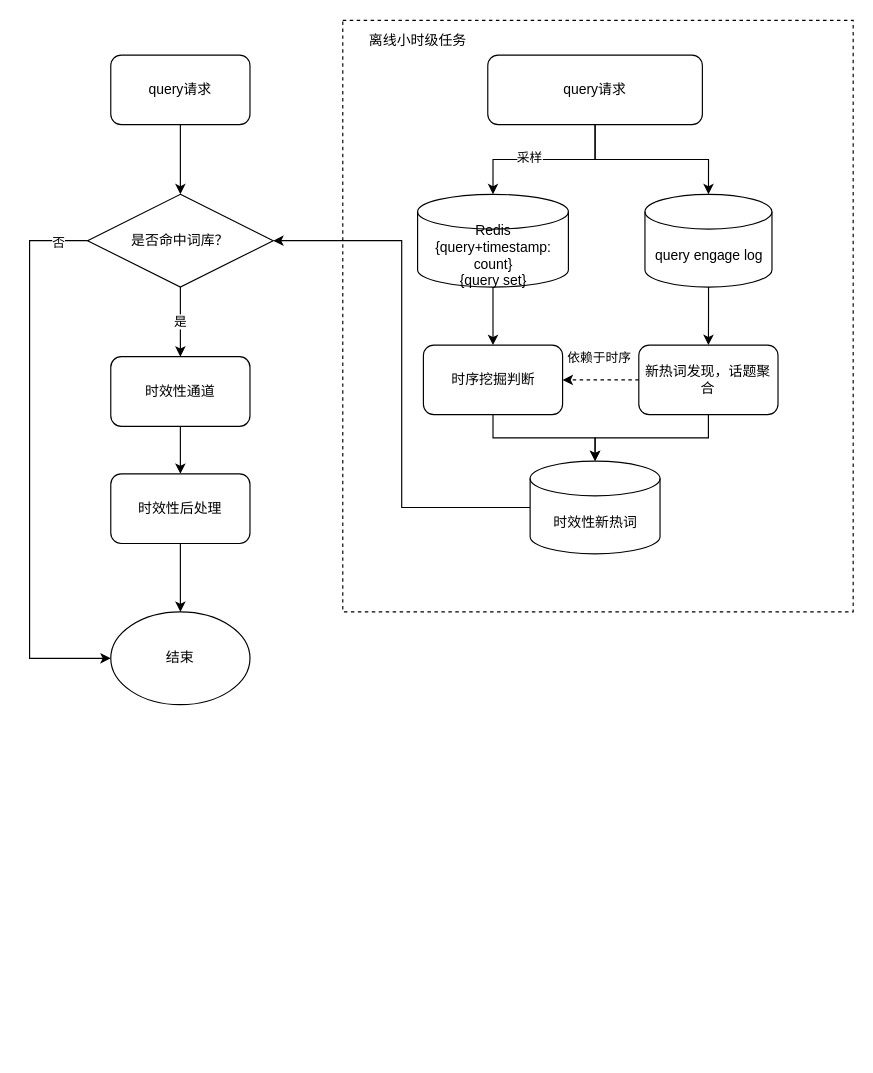
This is timeliness_hourly_update.drawio from luoshao23/digram, a draw.io file, before an edit. Source tidied: cells renumbered, new cells numbered last; positions are measured from the earlier drawing's top-left corner, leaving out a move shared by most shapes. Both pictures are drawn from the tidied source at 116%, with x=0, y=0 at pixel (29, 20).
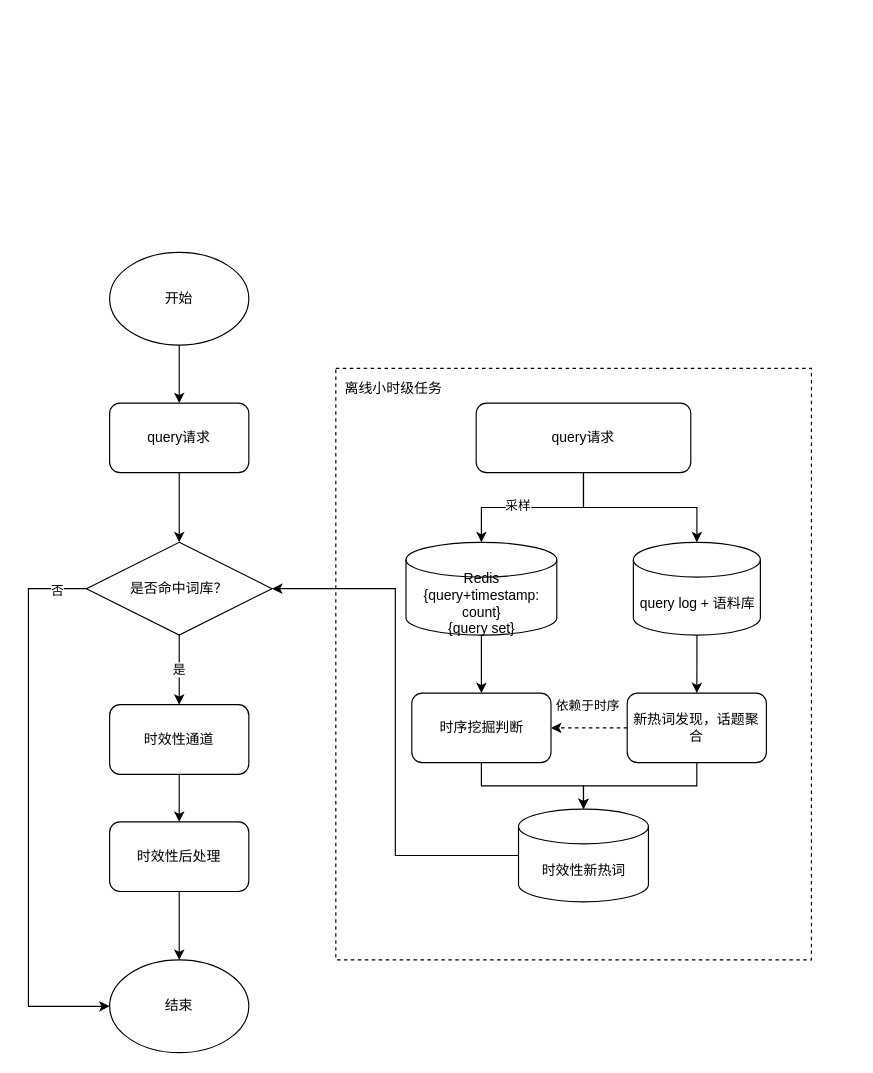
After the change.

What changed in the source:
```diff
@@
     <mxCell id="2" value="离线小时级任务&amp;nbsp; &amp;nbsp; &amp;nbsp; &amp;nbsp; &amp;nbsp; &amp;nbsp; &amp;nbsp; &amp;nbsp; &amp;nbsp; &amp;nbsp; &amp;nbsp; &amp;nbsp; &amp;nbsp; &amp;nbsp; &amp;nbsp; &amp;nbsp; &amp;nbsp; &amp;nbsp; &amp;nbsp; &amp;nbsp; &amp;nbsp; &amp;nbsp; &amp;nbsp; &amp;nbsp; &amp;nbsp; &amp;nbsp; &amp;nbsp; &amp;nbsp; &amp;nbsp; &amp;nbsp; &amp;nbsp; &amp;nbsp; &amp;nbsp; &amp;nbsp; &amp;nbsp; &amp;nbsp; &amp;nbsp; &amp;nbsp; &amp;nbsp; &amp;nbsp; &amp;nbsp; &amp;nbsp; &amp;nbsp; &amp;nbsp; &amp;nbsp; &amp;nbsp; &amp;nbsp;&lt;br&gt;&lt;br&gt;&lt;br&gt;&lt;br&gt;&lt;br&gt;&lt;br&gt;&lt;br&gt;&lt;br&gt;&lt;br&gt;&lt;br&gt;&lt;br&gt;&lt;br&gt;&lt;br&gt;&lt;br&gt;&lt;br&gt;&lt;br&gt;&lt;br&gt;&lt;br&gt;&lt;br&gt;&lt;br&gt;&lt;br&gt;&lt;br&gt;&lt;br&gt;&lt;br&gt;&lt;br&gt;&lt;br&gt;&lt;br&gt;&lt;br&gt;&lt;br&gt;&lt;br&gt;&lt;br&gt;&lt;br&gt;&lt;br&gt;&lt;br&gt;" style="rounded=0;whiteSpace=wrap;html=1;dashed=1;" parent="1" vertex="1">
-      <mxGeometry x="270" width="440" height="510" as="geometry" />
+      <mxGeometry x="264" y="300" width="410" height="510" as="geometry" />
     </mxCell>
@@
     <mxCell id="6" value="query请求" style="rounded=1;whiteSpace=wrap;html=1;" parent="1" vertex="1">
-      <mxGeometry x="395" y="30" width="185" height="60" as="geometry" />
+      <mxGeometry x="385" y="330" width="185" height="60" as="geometry" />
     </mxCell>
@@
     <mxCell id="8" value="Redis&lt;br&gt;{query+timestamp: count}&lt;br&gt;{query set}" style="shape=cylinder3;whiteSpace=wrap;html=1;boundedLbl=1;backgroundOutline=1;size=15;" parent="1" vertex="1">
-      <mxGeometry x="334.5" y="150" width="130" height="80" as="geometry" />
+      <mxGeometry x="324.5" y="450" width="130" height="80" as="geometry" />
     </mxCell>
@@
-    <mxCell id="10" value="query engage log" style="shape=cylinder3;whiteSpace=wrap;html=1;boundedLbl=1;backgroundOutline=1;size=15;" parent="1" vertex="1">
-      <mxGeometry x="530.5" y="150" width="109.5" height="80" as="geometry" />
+    <mxCell id="10" value="query log + 语料库" style="shape=cylinder3;whiteSpace=wrap;html=1;boundedLbl=1;backgroundOutline=1;size=15;" parent="1" vertex="1">
+      <mxGeometry x="520.5" y="450" width="109.5" height="80" as="geometry" />
     </mxCell>
@@
     <mxCell id="12" value="时序挖掘判断" style="rounded=1;whiteSpace=wrap;html=1;" parent="1" vertex="1">
-      <mxGeometry x="339.5" y="280" width="120" height="60" as="geometry" />
+      <mxGeometry x="329.5" y="580" width="120" height="60" as="geometry" />
     </mxCell>
@@
     <mxCell id="16" value="新热词发现，话题聚合" style="rounded=1;whiteSpace=wrap;html=1;" parent="1" vertex="1">
-      <mxGeometry x="525.2" y="280" width="120" height="60" as="geometry" />
+      <mxGeometry x="515.2" y="580" width="120" height="60" as="geometry" />
     </mxCell>
@@
     <mxCell id="18" value="时效性新热词" style="shape=cylinder3;whiteSpace=wrap;html=1;boundedLbl=1;backgroundOutline=1;size=15;" parent="1" vertex="1">
-      <mxGeometry x="431.5" y="380" width="112" height="80" as="geometry" />
+      <mxGeometry x="421.5" y="680" width="112" height="80" as="geometry" />
     </mxCell>
@@
     <mxCell id="20" value="query请求" style="rounded=1;whiteSpace=wrap;html=1;" parent="1" vertex="1">
-      <mxGeometry x="70" y="30" width="120" height="60" as="geometry" />
+      <mxGeometry x="69" y="330" width="120" height="60" as="geometry" />
     </mxCell>
@@
     <mxCell id="22" style="edgeStyle=orthogonalEdgeStyle;rounded=0;jettySize=auto;html=1;entryX=0;entryY=0.5;entryDx=0;entryDy=0;" parent="1" edge="1" source="24" target="29">
       <mxGeometry relative="1" as="geometry">
         <Array as="points">
-          <mxPoint y="190" />
-          <mxPoint y="550" />
+          <mxPoint x="-1" y="490" />
+          <mxPoint x="-1" y="850" />
         </Array>
       </mxGeometry>
     </mxCell>
@@
     <mxCell id="24" value="是否命中词库？" style="rhombus;whiteSpace=wrap;html=1;" parent="1" vertex="1">
-      <mxGeometry x="50" y="150" width="160" height="80" as="geometry" />
+      <mxGeometry x="49" y="450" width="160" height="80" as="geometry" />
     </mxCell>
@@
     <mxCell id="26" value="时效性通道" style="rounded=1;whiteSpace=wrap;html=1;" parent="1" vertex="1">
-      <mxGeometry x="70" y="290" width="120" height="60" as="geometry" />
+      <mxGeometry x="69" y="590" width="120" height="60" as="geometry" />
     </mxCell>
@@
     <mxCell id="28" value="时效性后处理" style="rounded=1;whiteSpace=wrap;html=1;" parent="1" vertex="1">
-      <mxGeometry x="70" y="391" width="120" height="60" as="geometry" />
+      <mxGeometry x="69" y="691" width="120" height="60" as="geometry" />
     </mxCell>
     <mxCell id="29" value="结束" style="ellipse;whiteSpace=wrap;html=1;" parent="1" vertex="1">
-      <mxGeometry x="70" y="510" width="120" height="80" as="geometry" />
+      <mxGeometry x="69" y="810" width="120" height="80" as="geometry" />
     </mxCell>
+    <mxCell id="30" style="edgeStyle=orthogonalEdgeStyle;rounded=0;jettySize=auto;html=1;entryX=0.5;entryY=0;entryDx=0;entryDy=0;" parent="1" edge="1" source="31" target="20">
+      <mxGeometry relative="1" as="geometry" />
+    </mxCell>
+    <mxCell id="31" value="开始" style="ellipse;whiteSpace=wrap;html=1;" parent="1" vertex="1">
+      <mxGeometry x="69" y="200" width="120" height="80" as="geometry" />
+    </mxCell>
```
